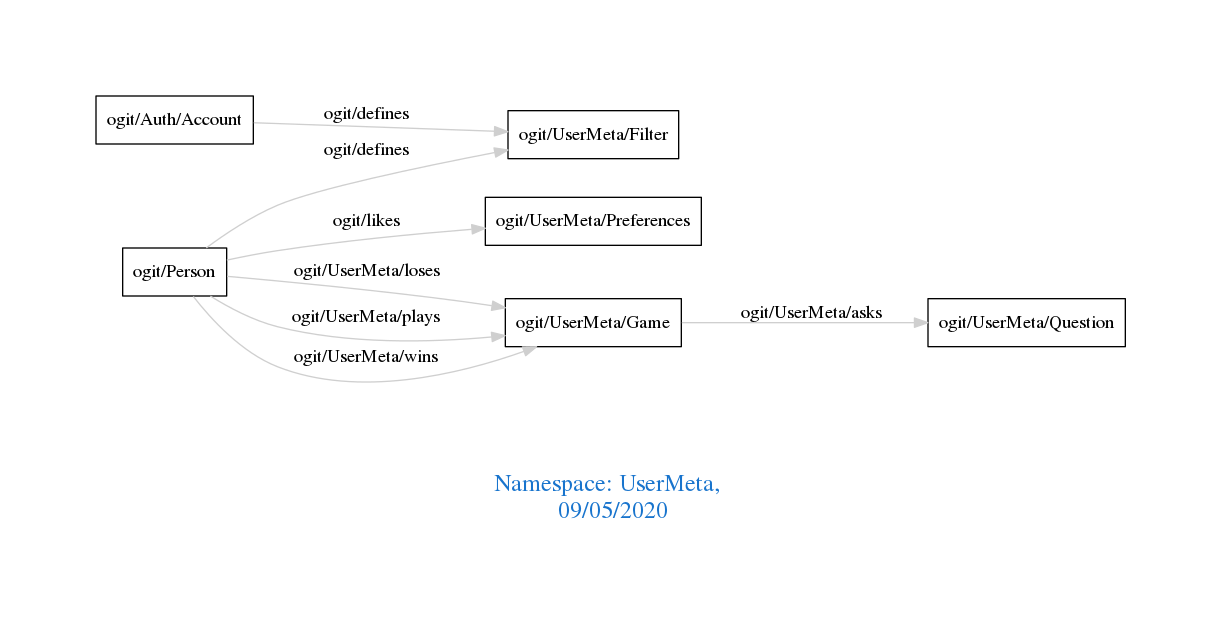
This is downloads/UserMeta.png from arago/OGIT, a Graphviz export, as it was before one commit. Its source is kept beside it as downloads/UserMeta.dot.
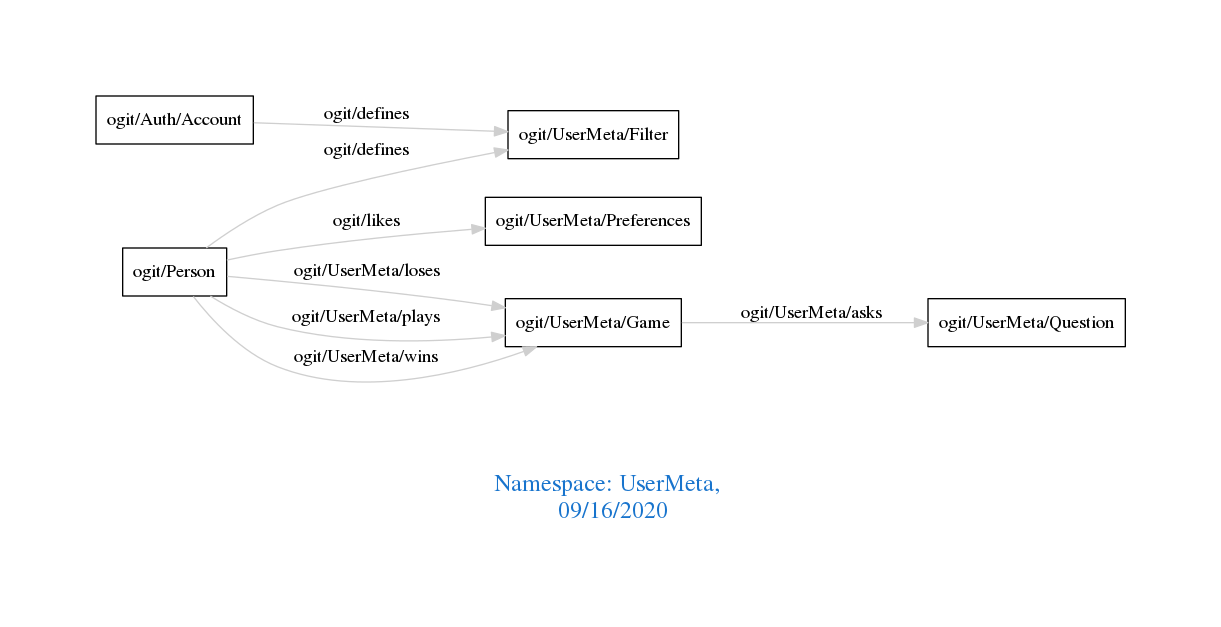
Later version of the same file.

What changed in the source:
```diff
@@ -1,7 +1,7 @@
 digraph OGIT_ontology {
  graph [ rankdir= LR,pad=1
 fontsize = 18,
-fontcolor= dodgerblue3,label = "\n\n\nNamespace: UserMeta, \n 09/05/2020"];
+fontcolor= dodgerblue3,label = "\n\n\nNamespace: UserMeta, \n 09/16/2020"];
 node[shape=polygon];
 edge [  color="gray81"];
 
```
